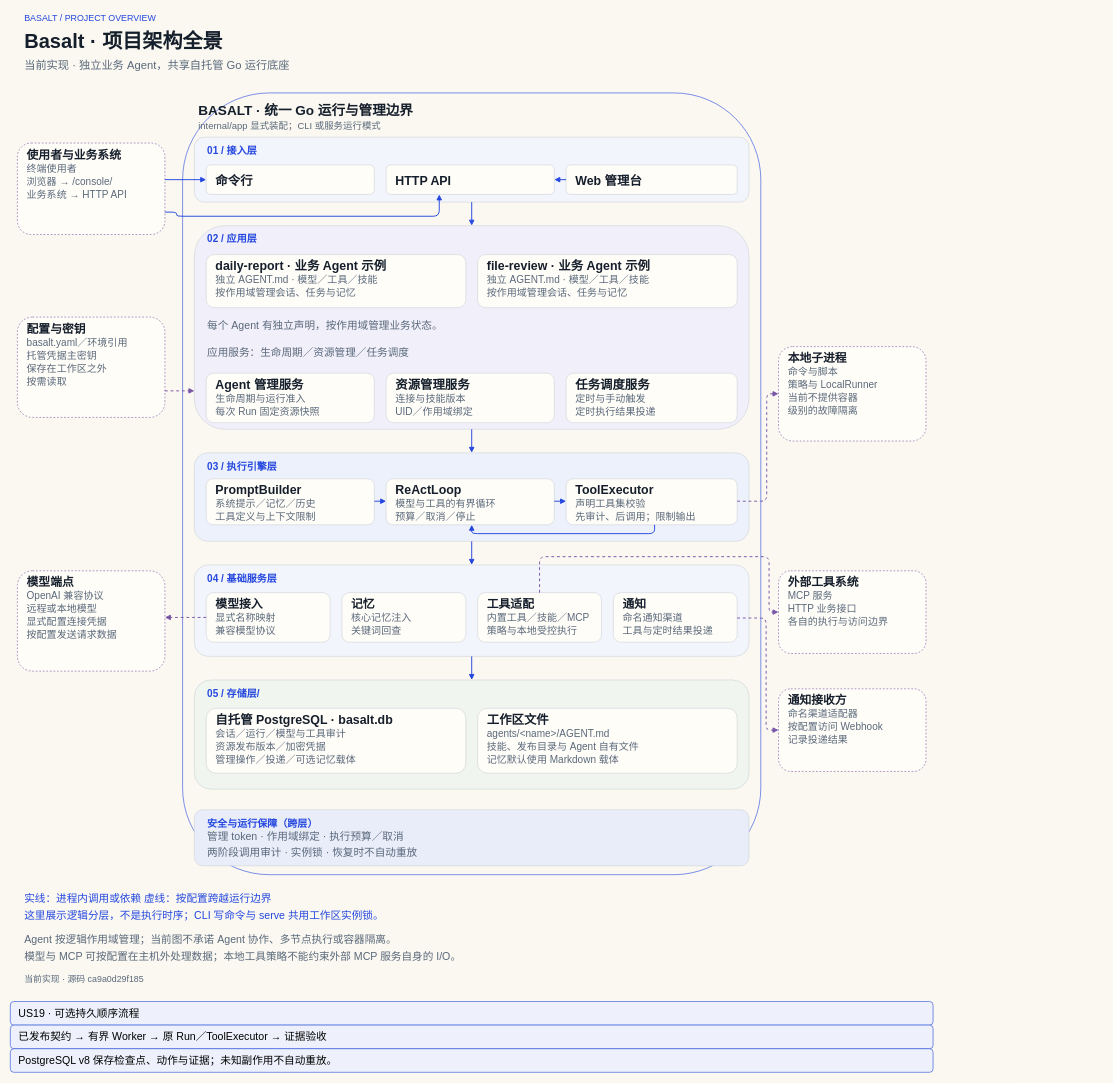
Before: page "project-overview-zh" (2 of 12) of website/diagrams/basalt-diagrams.drawio in ymedword/basalt, a draw.io diagram. Source tidied: cells renumbered, new cells numbered last; positions are measured from the earlier drawing's top-left corner, leaving out a move shared by most shapes. Both pictures are drawn from the tidied source at 59%, with x=0, y=0 at pixel (10, 10).
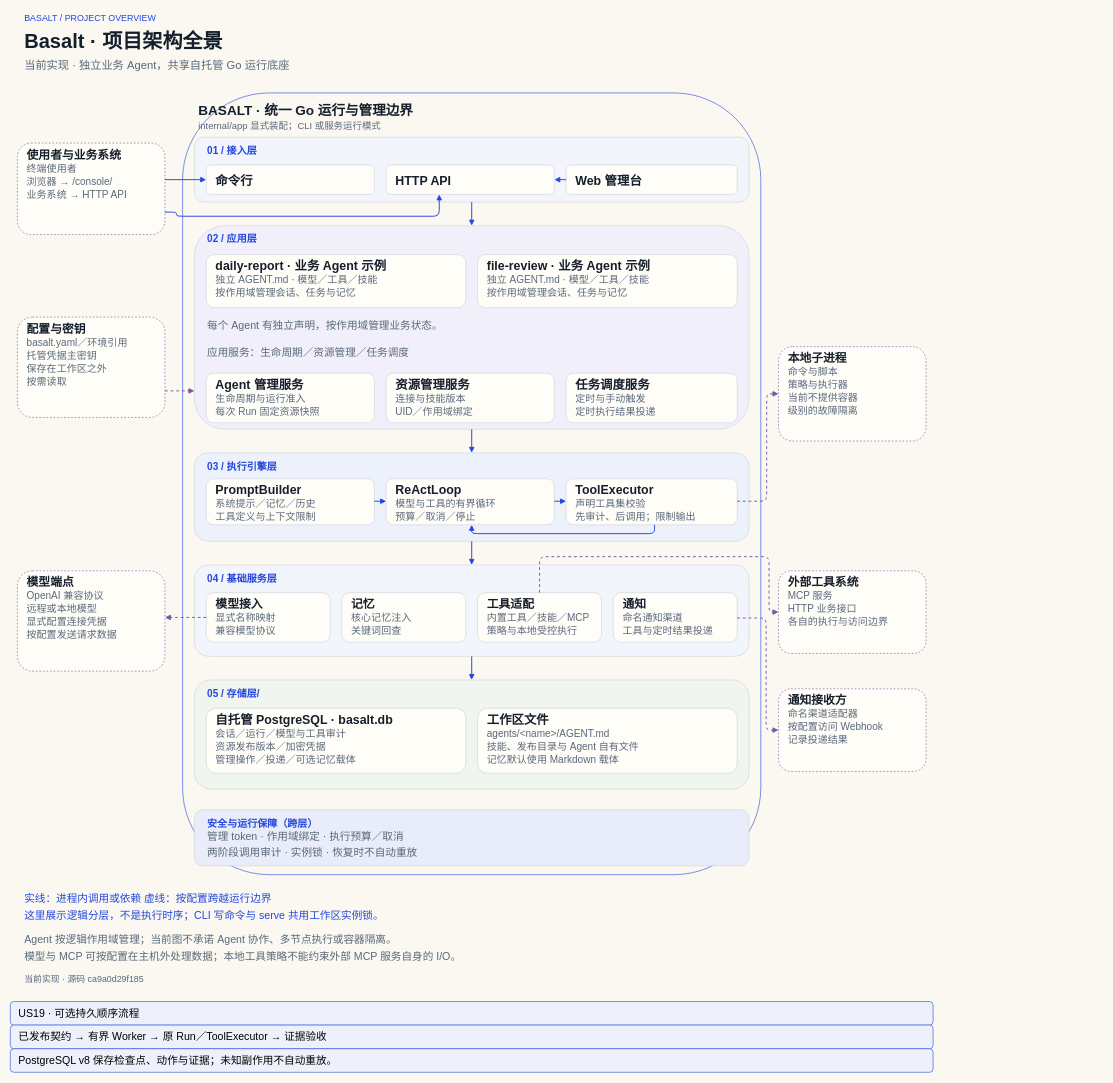
Above is the later version.

Change to the diagram source:
```diff
@@
-    <mxCell id="104" value="策略与 LocalRunner" style="text;html=0;whiteSpace=wrap;align=left;verticalAlign=middle;fontFamily=Arial;fontSize=17;fontColor=#59687a;" parent="1" vertex="1">
+    <mxCell id="104" value="策略与执行器" style="text;html=0;whiteSpace=wrap;align=left;verticalAlign=middle;fontFamily=Arial;fontSize=17;fontColor=#59687a;" parent="1" vertex="1">
       <mxGeometry x="1316" y="623" width="222" height="25" as="geometry" />
     </mxCell>
```
